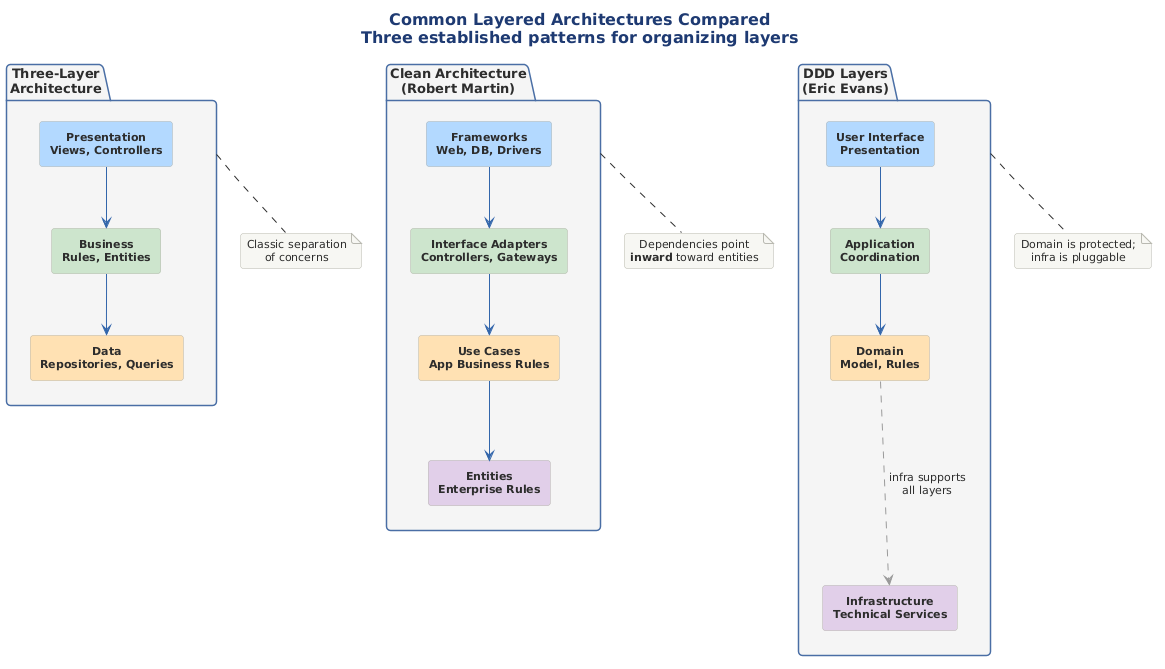
Above: src/architecture/views-and-beyond/style-catalogs/module/layered-style/png/common-layered-architectures-compared-three.png in Notoriousjayy/latex-docs (PlantUML), before the change. The source it was exported from:
```plantuml
@startuml
skinparam rectangleRoundCorner 8
!include ../../../../../../tooling/styles/plantuml/structural/package-diagram-style.iuml

skinparam rectangleFontSize 11
skinparam rectangleFontStyle bold
skinparam packageFontSize 13
skinparam packageFontStyle bold
skinparam packageRoundCorner 8

title Common Layered Architectures Compared\nThree established patterns for organizing layers

package "Three-Layer\nArchitecture" as TL #F5F5F5 {
  rectangle "**Presentation**\nViews, Controllers" as T3 #B3D9FF
  rectangle "**Business**\nRules, Entities" as T2 #CCE5CC
  rectangle "**Data**\nRepositories, Queries" as T1 #FFE0B2

  T3 -[#3366AA]-> T2
  T2 -[#3366AA]-> T1
}

package "Clean Architecture\n(Robert Martin)" as CA #F5F5F5 {
  rectangle "**Frameworks**\nWeb, DB, Drivers" as C4 #B3D9FF
  rectangle "**Interface Adapters**\nControllers, Gateways" as C3 #CCE5CC
  rectangle "**Use Cases**\nApp Business Rules" as C2 #FFE0B2
  rectangle "**Entities**\nEnterprise Rules" as C1 #E0CFE8

  C4 -[#3366AA]-> C3
  C3 -[#3366AA]-> C2
  C2 -[#3366AA]-> C1
}

package "DDD Layers\n(Eric Evans)" as DDD #F5F5F5 {
  rectangle "**User Interface**\nPresentation" as D4 #B3D9FF
  rectangle "**Application**\nCoordination" as D3 #CCE5CC
  rectangle "**Domain**\nModel, Rules" as D2 #FFE0B2
  rectangle "**Infrastructure**\nTechnical Services" as D1 #E0CFE8

  D4 -[#3366AA]-> D3
  D3 -[#3366AA]-> D2
  D2 ..[#999999,dashed].> D1 : infra supports\nall layers
}

note bottom of TL
  Classic separation
  of concerns
end note

note bottom of CA
  Dependencies point
  **inward** toward entities
end note

note bottom of DDD
  Domain is protected;
  infra is pluggable
end note
@enduml
```
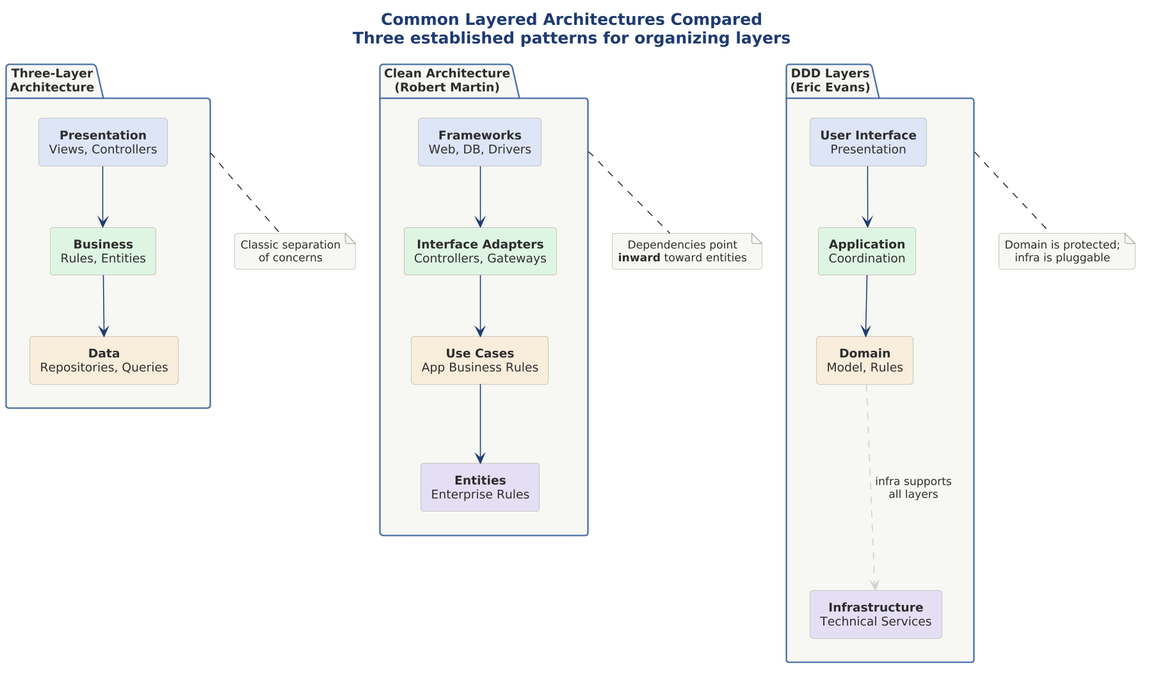
Later version of the same file.

What changed in the source:
```diff
@@ -1,44 +1,42 @@
 @startuml
-skinparam rectangleRoundCorner 8
+
+skinparam dpi 150
+
+
+
 !include ../../../../../../tooling/styles/plantuml/structural/package-diagram-style.iuml
-
-skinparam rectangleFontSize 11
-skinparam rectangleFontStyle bold
-skinparam packageFontSize 13
-skinparam packageFontStyle bold
-skinparam packageRoundCorner 8
 
 title Common Layered Architectures Compared\nThree established patterns for organizing layers
 
-package "Three-Layer\nArchitecture" as TL #F5F5F5 {
-  rectangle "**Presentation**\nViews, Controllers" as T3 #B3D9FF
-  rectangle "**Business**\nRules, Entities" as T2 #CCE5CC
-  rectangle "**Data**\nRepositories, Queries" as T1 #FFE0B2
+package "Three-Layer\nArchitecture" as TL $theme_surface {
+  rectangle "**Presentation**\nViews, Controllers" as T3 $fill_primary
+  rectangle "**Business**\nRules, Entities" as T2 $fill_ok
+  rectangle "**Data**\nRepositories, Queries" as T1 $fill_caution
 
-  T3 -[#3366AA]-> T2
-  T2 -[#3366AA]-> T1
+  T3 -[$line_primary]-> T2
+  T2 -[$line_primary]-> T1
 }
 
-package "Clean Architecture\n(Robert Martin)" as CA #F5F5F5 {
-  rectangle "**Frameworks**\nWeb, DB, Drivers" as C4 #B3D9FF
-  rectangle "**Interface Adapters**\nControllers, Gateways" as C3 #CCE5CC
-  rectangle "**Use Cases**\nApp Business Rules" as C2 #FFE0B2
-  rectangle "**Entities**\nEnterprise Rules" as C1 #E0CFE8
+package "Clean Architecture\n(Robert Martin)" as CA $theme_surface {
+  rectangle "**Frameworks**\nWeb, DB, Drivers" as C4 $fill_primary
+  rectangle "**Interface Adapters**\nControllers, Gateways" as C3 $fill_ok
+  rectangle "**Use Cases**\nApp Business Rules" as C2 $fill_caution
+  rectangle "**Entities**\nEnterprise Rules" as C1 $fill_alt
 
-  C4 -[#3366AA]-> C3
-  C3 -[#3366AA]-> C2
-  C2 -[#3366AA]-> C1
+  C4 -[$line_primary]-> C3
+  C3 -[$line_primary]-> C2
+  C2 -[$line_primary]-> C1
 }
 
-package "DDD Layers\n(Eric Evans)" as DDD #F5F5F5 {
-  rectangle "**User Interface**\nPresentation" as D4 #B3D9FF
-  rectangle "**Application**\nCoordination" as D3 #CCE5CC
-  rectangle "**Domain**\nModel, Rules" as D2 #FFE0B2
-  rectangle "**Infrastructure**\nTechnical Services" as D1 #E0CFE8
+package "DDD Layers\n(Eric Evans)" as DDD $theme_surface {
+  rectangle "**User Interface**\nPresentation" as D4 $fill_primary
+  rectangle "**Application**\nCoordination" as D3 $fill_ok
+  rectangle "**Domain**\nModel, Rules" as D2 $fill_caution
+  rectangle "**Infrastructure**\nTechnical Services" as D1 $fill_alt
 
-  D4 -[#3366AA]-> D3
-  D3 -[#3366AA]-> D2
-  D2 ..[#999999,dashed].> D1 : infra supports\nall layers
+  D4 -[$line_primary]-> D3
+  D3 -[$line_primary]-> D2
+  D2 ..[$deep_neutral,dashed].> D1 : infra supports\nall layers
 }
 
 note bottom of TL
```
